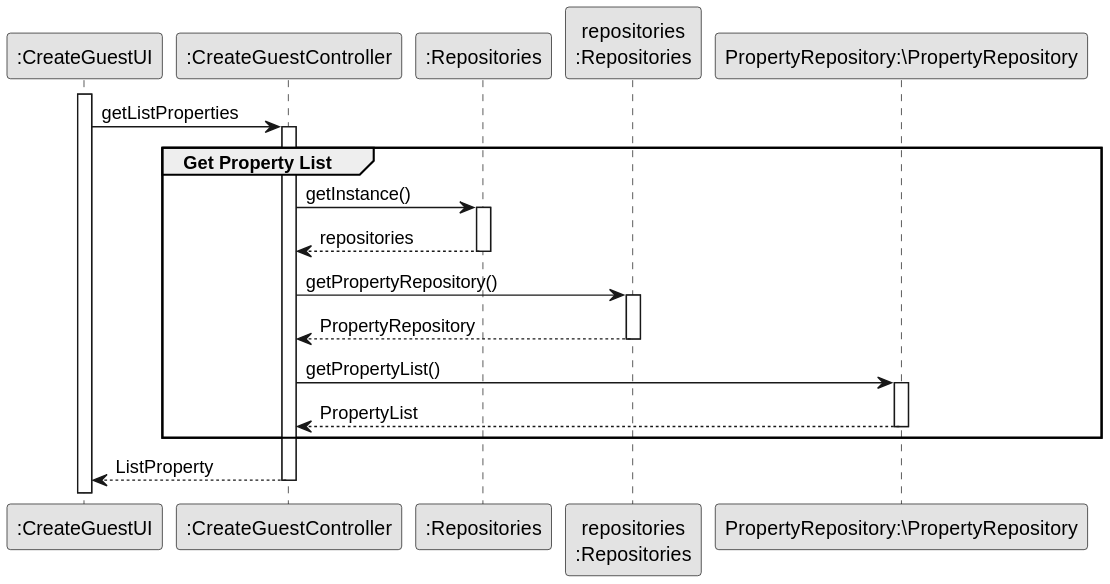
The PlantUML diagram lei-22-s2-1do-g68/docs/SprintB/us001/03.design/svg/us001-sequence-diagram-partial-get-property-list.svg in hugosilva2901/lei-22-s2-1DO-g68, before a commit.
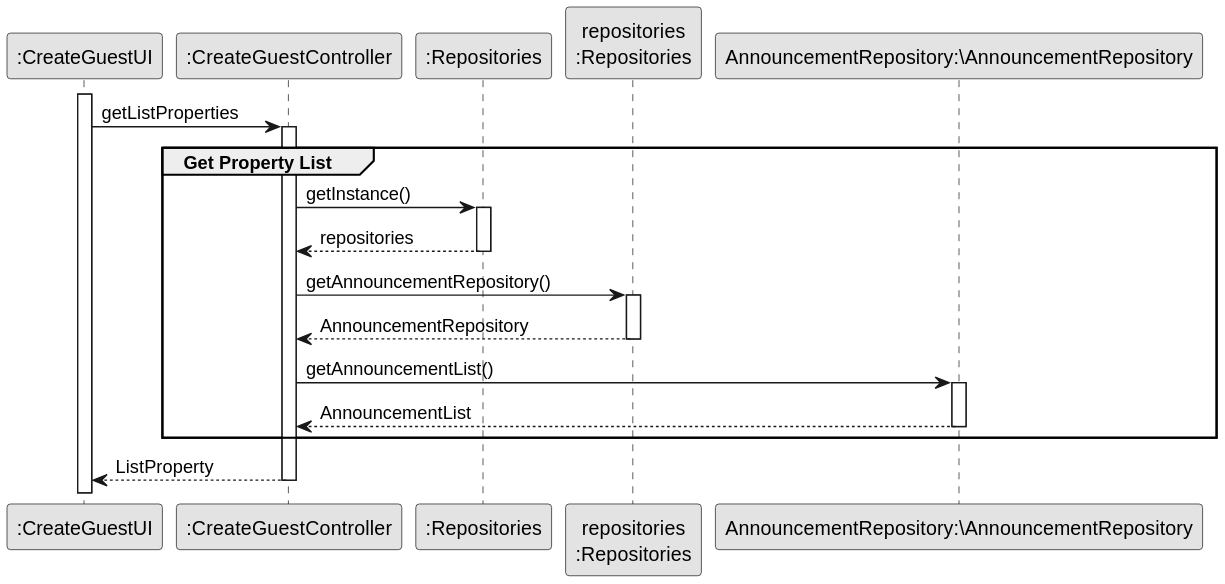
Above is the later version.

The edit, as a diff of the source:
```diff
@@ -7,7 +7,7 @@
 participant ":CreateGuestController" as CTRL
 participant ":Repositories" as RepositorySingleton
 participant "repositories\n:Repositories" as PLAT
-participant "PropertyRepository:\PropertyRepository" as PropertyRepository
+participant "AnnouncementRepository:\AnnouncementRepository" as AnnouncementRepository
 
 
  activate UI
@@ -22,17 +22,17 @@
                     RepositorySingleton --> CTRL: repositories
                 deactivate RepositorySingleton
 
-                CTRL -> PLAT : getPropertyRepository()
+                CTRL -> PLAT : getAnnouncementRepository()
                 activate PLAT
 
-                    PLAT --> CTRL: PropertyRepository
+                    PLAT --> CTRL: AnnouncementRepository
                 deactivate PLAT
 
-    CTRL -> PropertyRepository : getPropertyList()
-             activate PropertyRepository
+    CTRL -> AnnouncementRepository : getAnnouncementList()
+             activate AnnouncementRepository
 
-                 PropertyRepository --> CTRL : PropertyList
-             deactivate PropertyRepository
+                 AnnouncementRepository --> CTRL : AnnouncementList
+             deactivate AnnouncementRepository
 
 end
                 CTRL --> UI : ListProperty
```
